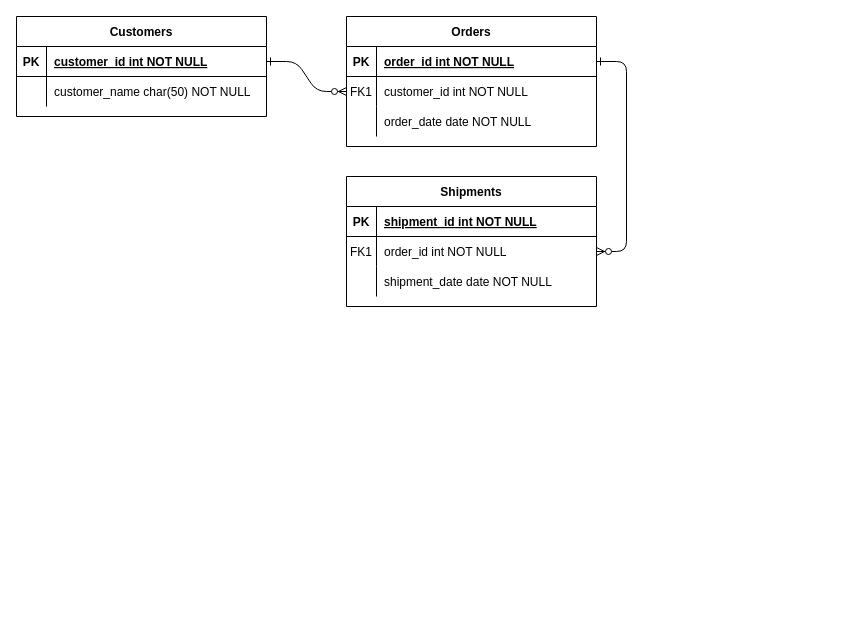
The draw.io diagram 제목 없는 다이어그램.drawio in gilsanguk/MOJI, before the edit. Source tidied: cells renumbered, new cells numbered last; positions are measured from the earlier drawing's top-left corner, leaving out a move shared by most shapes. Both pictures are drawn from the tidied source at 100%, with x=0, y=0 at pixel (16, 16).
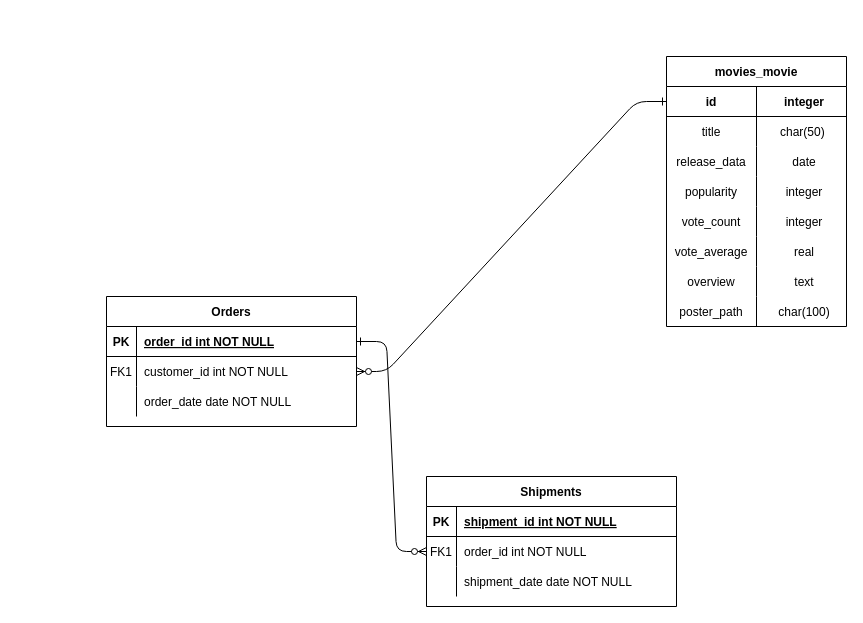
The same page after the edit.

Diff of the diagram source:
```diff
@@
     <mxCell id="4" value="Orders" style="shape=table;startSize=30;childLayout=tableLayout;rowLines=0;fontStyle=1;align=center;" parent="1" vertex="1">
-      <mxGeometry x="330" width="250" height="130" as="geometry" />
+      <mxGeometry x="90" y="280" width="250" height="130" as="geometry" />
     </mxCell>
@@
     <mxCell id="14" value="Shipments" style="shape=table;startSize=30;childLayout=tableLayout;rowLines=0;fontStyle=1;align=center;" parent="1" vertex="1">
-      <mxGeometry x="330" y="160" width="250" height="130" as="geometry" />
+      <mxGeometry x="410" y="460" width="250" height="130" as="geometry" />
     </mxCell>
@@
-    <mxCell id="24" value="Customers" style="shape=table;startSize=30;childLayout=tableLayout;rowLines=0;fontStyle=1;align=center;" parent="1" vertex="1">
-      <mxGeometry width="250" height="100" as="geometry" />
+    <mxCell id="24" value="movies_movie" style="shape=table;startSize=30;childLayout=tableLayout;rowLines=0;fontStyle=1;align=center;" parent="1" vertex="1">
+      <mxGeometry x="650" y="40" width="180" height="270" as="geometry" />
     </mxCell>
     <mxCell id="25" style="shape=partialRectangle;fillColor=none;points=[[0,0.5],[1,0.5]];portConstraint=eastwest;top=0;left=0;right=0;bottom=1;" parent="24" vertex="1">
-      <mxGeometry y="30" width="250" height="30" as="geometry" />
+      <mxGeometry y="30" width="180" height="30" as="geometry" />
     </mxCell>
-    <mxCell id="26" value="PK" style="shape=partialRectangle;overflow=hidden;fillColor=none;top=0;left=0;bottom=0;right=0;fontStyle=1;" parent="25" vertex="1">
-      <mxGeometry width="30" height="30" as="geometry" />
+    <mxCell id="26" value="id" style="shape=partialRectangle;overflow=hidden;fillColor=none;top=0;left=0;bottom=0;right=0;fontStyle=1;" parent="25" vertex="1">
+      <mxGeometry width="90" height="30" as="geometry" />
     </mxCell>
-    <mxCell id="27" value="customer_id int NOT NULL " style="shape=partialRectangle;overflow=hidden;fillColor=none;top=0;left=0;bottom=0;right=0;align=left;spacingLeft=6;fontStyle=5;" parent="25" vertex="1">
-      <mxGeometry x="30" width="220" height="30" as="geometry" />
+    <mxCell id="27" value="integer" style="shape=partialRectangle;overflow=hidden;fillColor=none;top=0;left=0;bottom=0;right=0;align=center;spacingLeft=6;fontStyle=1;" parent="25" vertex="1">
+      <mxGeometry x="90" width="90" height="30" as="geometry" />
     </mxCell>
     <mxCell id="28" style="shape=partialRectangle;fillColor=none;top=0;left=0;right=0;bottom=0;" parent="24" vertex="1">
-      <mxGeometry y="60" width="250" height="30" as="geometry" />
+      <mxGeometry y="60" width="180" height="30" as="geometry" />
     </mxCell>
-    <mxCell id="29" style="shape=partialRectangle;overflow=hidden;fillColor=none;top=0;left=0;bottom=0;right=0;" parent="28" vertex="1">
-      <mxGeometry width="30" height="30" as="geometry" />
+    <mxCell id="29" value="title" style="shape=partialRectangle;overflow=hidden;fillColor=none;top=0;left=0;bottom=0;right=0;" parent="28" vertex="1">
+      <mxGeometry width="90" height="30" as="geometry" />
     </mxCell>
-    <mxCell id="30" value="customer_name char(50) NOT NULL" style="shape=partialRectangle;overflow=hidden;fillColor=none;top=0;left=0;bottom=0;right=0;align=left;spacingLeft=6;" parent="28" vertex="1">
-      <mxGeometry x="30" width="220" height="30" as="geometry" />
+    <mxCell id="30" value="char(50) " style="shape=partialRectangle;overflow=hidden;fillColor=none;top=0;left=0;bottom=0;right=0;align=center;spacingLeft=6;fontStyle=0;" parent="28" vertex="1">
+      <mxGeometry x="90" width="90" height="30" as="geometry" />
     </mxCell>
+    <mxCell id="31" style="shape=partialRectangle;fillColor=none;top=0;left=0;right=0;bottom=0;" parent="24" vertex="1">
+      <mxGeometry y="90" width="180" height="30" as="geometry" />
+    </mxCell>
+    <mxCell id="32" value="release_data" style="shape=partialRectangle;overflow=hidden;fillColor=none;top=0;left=0;bottom=0;right=0;" parent="31" vertex="1">
+      <mxGeometry width="90" height="30" as="geometry" />
+    </mxCell>
+    <mxCell id="33" value="date" style="shape=partialRectangle;overflow=hidden;top=0;left=0;bottom=0;right=0;align=center;spacingLeft=6;labelBorderColor=none;verticalAlign=middle;strokeWidth=1;labelBackgroundColor=none;fillColor=none;" parent="31" vertex="1">
+      <mxGeometry x="90" width="90" height="30" as="geometry" />
+    </mxCell>
+    <mxCell id="34" style="shape=partialRectangle;fillColor=none;top=0;left=0;right=0;bottom=0;" parent="24" vertex="1">
+      <mxGeometry y="120" width="180" height="30" as="geometry" />
+    </mxCell>
+    <mxCell id="35" value="popularity" style="shape=partialRectangle;overflow=hidden;fillColor=none;top=0;left=0;bottom=0;right=0;" parent="34" vertex="1">
+      <mxGeometry width="90" height="30" as="geometry" />
+    </mxCell>
+    <mxCell id="36" value="integer" style="shape=partialRectangle;overflow=hidden;fillColor=none;top=0;left=0;bottom=0;right=0;align=center;spacingLeft=6;" parent="34" vertex="1">
+      <mxGeometry x="90" width="90" height="30" as="geometry" />
+    </mxCell>
+    <mxCell id="37" style="shape=partialRectangle;fillColor=none;top=0;left=0;right=0;bottom=0;" parent="24" vertex="1">
+      <mxGeometry y="150" width="180" height="30" as="geometry" />
+    </mxCell>
+    <mxCell id="38" value="vote_count" style="shape=partialRectangle;overflow=hidden;fillColor=none;top=0;left=0;bottom=0;right=0;" parent="37" vertex="1">
+      <mxGeometry width="90" height="30" as="geometry" />
+    </mxCell>
+    <mxCell id="39" value="integer" style="shape=partialRectangle;overflow=hidden;fillColor=none;top=0;left=0;bottom=0;right=0;align=center;spacingLeft=6;" parent="37" vertex="1">
+      <mxGeometry x="90" width="90" height="30" as="geometry" />
+    </mxCell>
+    <mxCell id="40" style="shape=partialRectangle;fillColor=none;top=0;left=0;right=0;bottom=0;" parent="24" vertex="1">
+      <mxGeometry y="180" width="180" height="30" as="geometry" />
+    </mxCell>
+    <mxCell id="41" value="vote_average" style="shape=partialRectangle;overflow=hidden;fillColor=none;top=0;left=0;bottom=0;right=0;align=center;" parent="40" vertex="1">
+      <mxGeometry width="90" height="30" as="geometry" />
+    </mxCell>
+    <mxCell id="42" value="real" style="shape=partialRectangle;overflow=hidden;fillColor=none;top=0;left=0;bottom=0;right=0;align=center;spacingLeft=6;" parent="40" vertex="1">
+      <mxGeometry x="90" width="90" height="30" as="geometry" />
+    </mxCell>
+    <mxCell id="43" style="shape=partialRectangle;fillColor=none;top=0;left=0;right=0;bottom=0;" parent="24" vertex="1">
+      <mxGeometry y="210" width="180" height="30" as="geometry" />
+    </mxCell>
+    <mxCell id="44" value="overview" style="shape=partialRectangle;overflow=hidden;fillColor=none;top=0;left=0;bottom=0;right=0;" parent="43" vertex="1">
+      <mxGeometry width="90" height="30" as="geometry" />
+    </mxCell>
+    <mxCell id="45" value="text" style="shape=partialRectangle;overflow=hidden;fillColor=none;top=0;left=0;bottom=0;right=0;align=center;spacingLeft=6;" parent="43" vertex="1">
+      <mxGeometry x="90" width="90" height="30" as="geometry" />
+    </mxCell>
+    <mxCell id="46" style="shape=partialRectangle;fillColor=none;top=0;left=0;right=0;bottom=0;" parent="24" vertex="1">
+      <mxGeometry y="240" width="180" height="30" as="geometry" />
+    </mxCell>
+    <mxCell id="47" value="poster_path" style="shape=partialRectangle;overflow=hidden;fillColor=none;top=0;left=0;bottom=0;right=0;" parent="46" vertex="1">
+      <mxGeometry width="90" height="30" as="geometry" />
+    </mxCell>
+    <mxCell id="48" value="char(100)" style="shape=partialRectangle;overflow=hidden;fillColor=none;top=0;left=0;bottom=0;right=0;align=center;spacingLeft=6;" parent="46" vertex="1">
+      <mxGeometry x="90" width="90" height="30" as="geometry" />
+    </mxCell>
```
